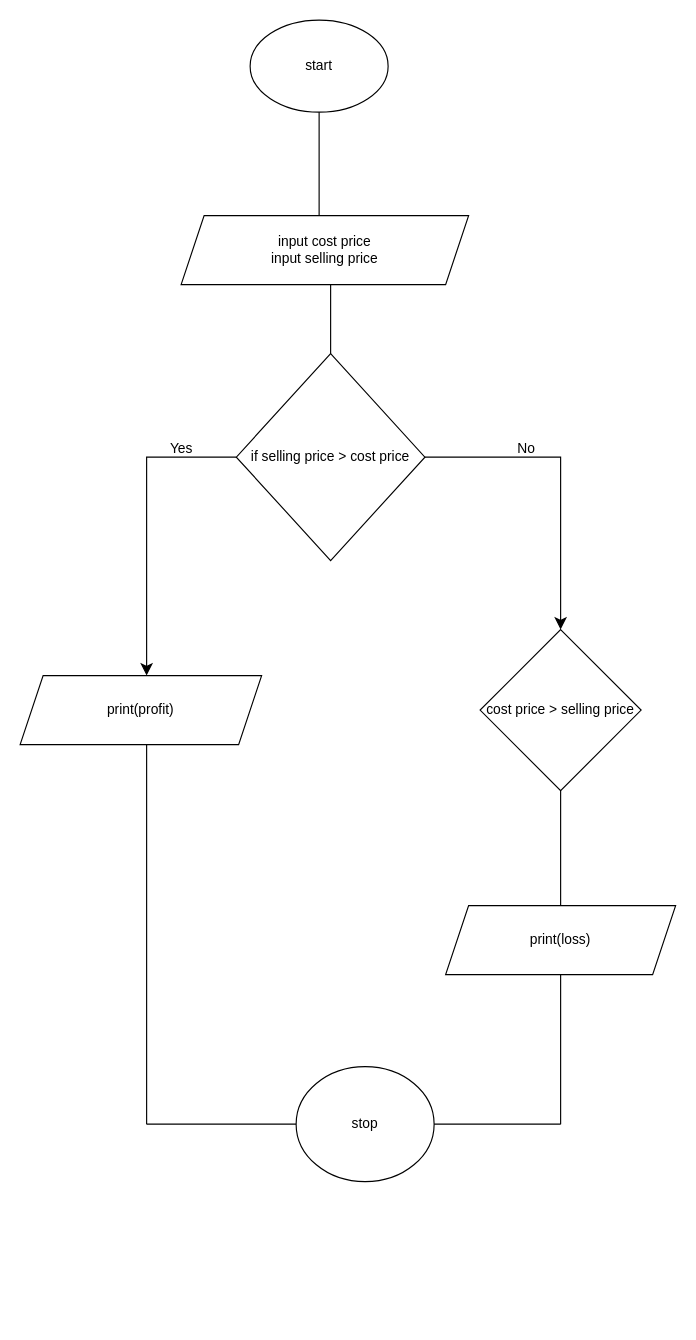
Above: profit_loss.drawio in ArslanBashirBhat/Assingments-Python (draw.io), before the change. Source tidied: cells renumbered, new cells numbered last; positions are measured from the earlier drawing's top-left corner, leaving out a move shared by most shapes. Both pictures are drawn from the tidied source at 115%, with x=0, y=0 at pixel (20, 20).
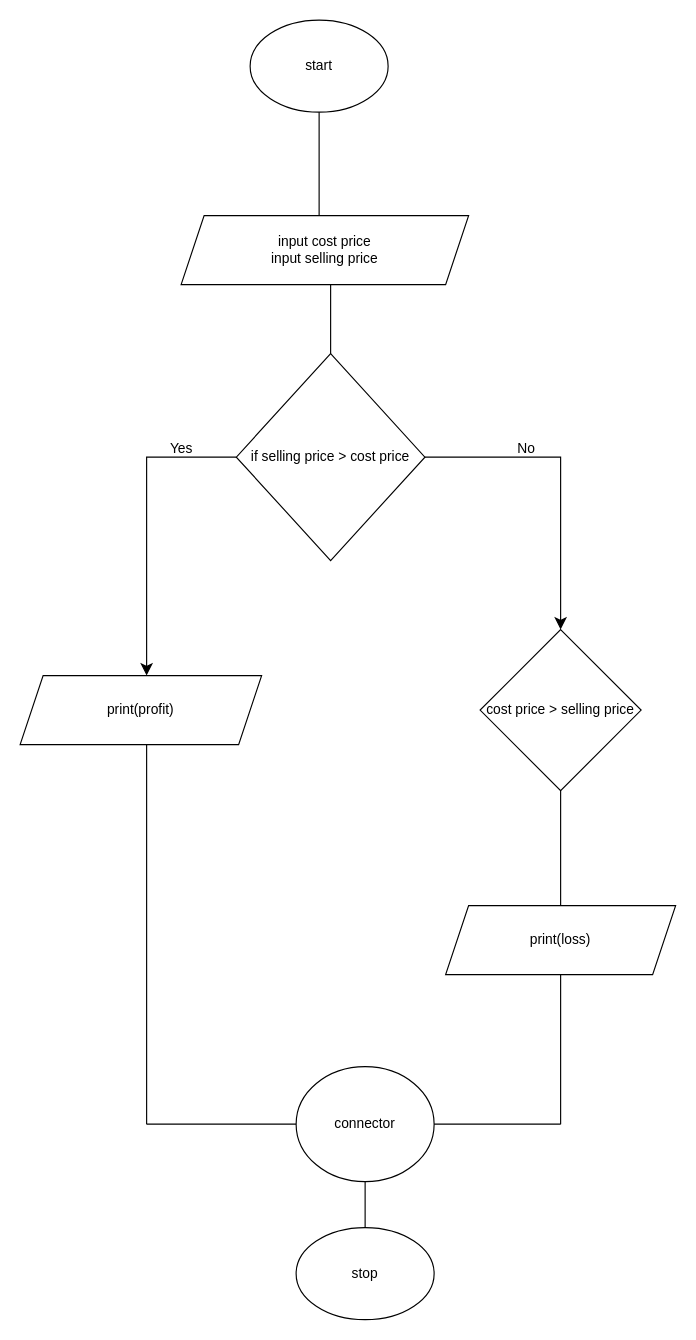
Above is the later version.

Diff of the diagram source:
```diff
@@
-    <mxCell id="17" value="stop" style="ellipse;whiteSpace=wrap;html=1;" parent="1" vertex="1">
+    <mxCell id="17" value="connector" style="ellipse;whiteSpace=wrap;html=1;" parent="1" vertex="1">
       <mxGeometry x="240" y="910" width="120" height="100" as="geometry" />
     </mxCell>
@@
+    <mxCell id="20" style="endArrow=none;html=1;rounded=0;" parent="1" edge="1">
+      <mxGeometry relative="1" as="geometry">
+        <mxPoint x="300" y="1060" as="sourcePoint" />
+        <mxPoint x="300" y="1010" as="targetPoint" />
+      </mxGeometry>
+    </mxCell>
+    <mxCell id="21" value="stop" style="ellipse;whiteSpace=wrap;html=1;" parent="1" vertex="1">
+      <mxGeometry x="240" y="1050" width="120" height="80" as="geometry" />
+    </mxCell>
```
